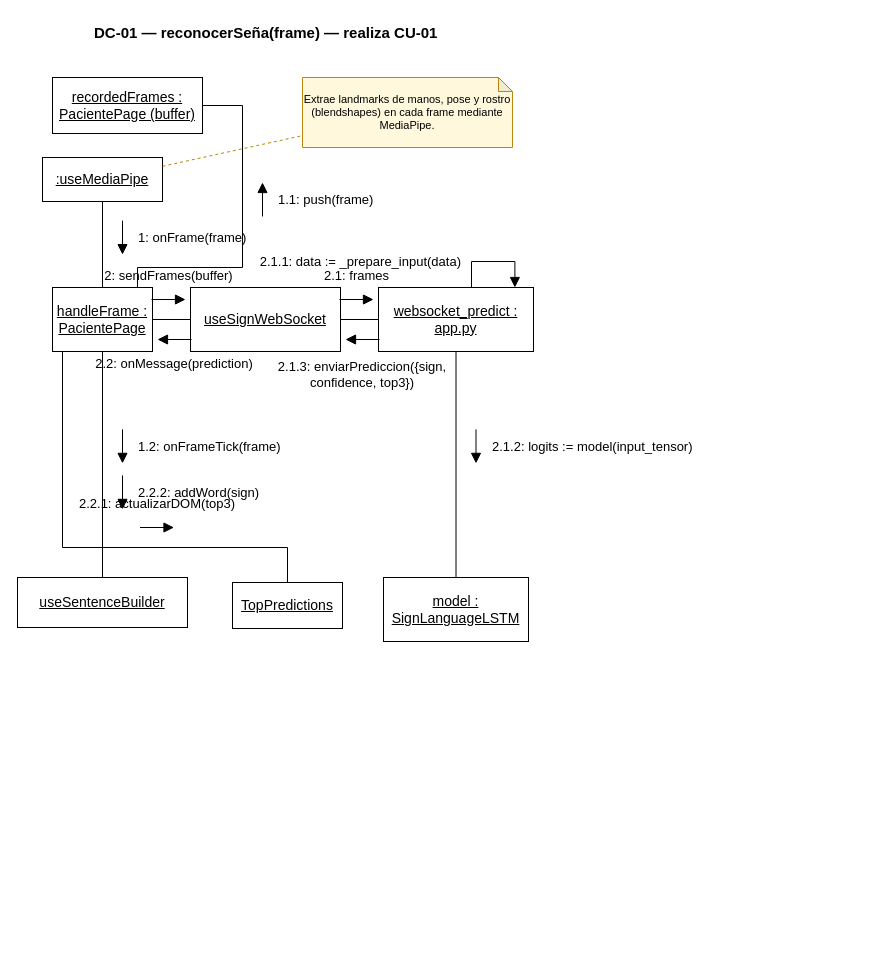
santinohamada/Nexora keeps this draw.io diagram as docs/diagramas/colaboracion/08_colaboracion_dc01.drawio. Above is the earlier version. Source tidied: cells renumbered, new cells numbered last; positions are measured from the earlier drawing's top-left corner, leaving out a move shared by most shapes. Both pictures are drawn from the tidied source at 100%, with x=0, y=0 at pixel (17, 17).
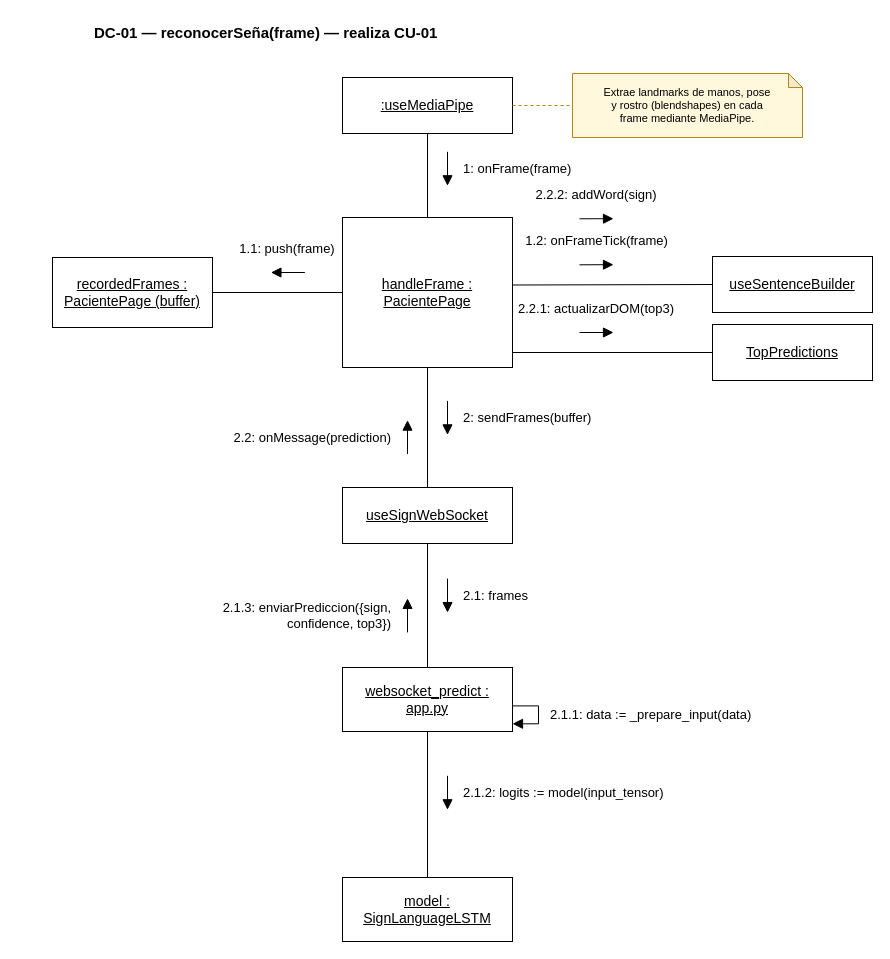
Above is the later version.

Diff of the diagram source:
```diff
@@
-    <mxCell id="3" value="&lt;u&gt;recordedFrames : PacientePage (buffer)&lt;/u&gt;" style="rounded=0;whiteSpace=wrap;html=1;fillColor=#ffffff;strokeColor=#000000;fontFamily=Helvetica;fontSize=14;align=center;verticalAlign=middle;" parent="1" vertex="1">
-      <mxGeometry x="35" y="60" width="150" height="56" as="geometry" />
+    <mxCell id="3" value="&lt;u&gt;:useMediaPipe&lt;/u&gt;" style="rounded=0;whiteSpace=wrap;html=1;fillColor=#ffffff;strokeColor=#000000;fontFamily=Helvetica;fontSize=14;align=center;verticalAlign=middle;" parent="1" vertex="1">
+      <mxGeometry x="325" y="60" width="170" height="56" as="geometry" />
     </mxCell>
-    <mxCell id="4" value="&lt;u&gt;:useMediaPipe&lt;/u&gt;" style="rounded=0;whiteSpace=wrap;html=1;fillColor=#ffffff;strokeColor=#000000;fontFamily=Helvetica;fontSize=14;align=center;verticalAlign=middle;" parent="1" vertex="1">
-      <mxGeometry x="25" y="140" width="120" height="44" as="geometry" />
+    <mxCell id="4" value="&lt;u&gt;recordedFrames : PacientePage (buffer)&lt;/u&gt;" style="rounded=0;whiteSpace=wrap;html=1;fillColor=#ffffff;strokeColor=#000000;fontFamily=Helvetica;fontSize=14;align=center;verticalAlign=middle;" parent="1" vertex="1">
+      <mxGeometry x="35" y="240" width="160" height="70" as="geometry" />
     </mxCell>
     <mxCell id="5" value="&lt;u&gt;handleFrame : PacientePage&lt;/u&gt;" style="rounded=0;whiteSpace=wrap;html=1;fillColor=#ffffff;strokeColor=#000000;fontFamily=Helvetica;fontSize=14;align=center;verticalAlign=middle;" parent="1" vertex="1">
-      <mxGeometry x="35" y="270" width="100" height="64" as="geometry" />
+      <mxGeometry x="325" y="200" width="170" height="150" as="geometry" />
     </mxCell>
-    <mxCell id="6" value="&lt;u&gt;useSignWebSocket&lt;/u&gt;" style="rounded=0;whiteSpace=wrap;html=1;fillColor=#ffffff;strokeColor=#000000;fontFamily=Helvetica;fontSize=14;align=center;verticalAlign=middle;" parent="1" vertex="1">
-      <mxGeometry x="173" y="270" width="150" height="64" as="geometry" />
+    <mxCell id="6" value="&lt;u&gt;useSentenceBuilder&lt;/u&gt;" style="rounded=0;whiteSpace=wrap;html=1;fillColor=#ffffff;strokeColor=#000000;fontFamily=Helvetica;fontSize=14;align=center;verticalAlign=middle;" parent="1" vertex="1">
+      <mxGeometry x="695" y="239" width="160" height="56" as="geometry" />
     </mxCell>
-    <mxCell id="7" value="&lt;u&gt;websocket_predict : app.py&lt;/u&gt;" style="rounded=0;whiteSpace=wrap;html=1;fillColor=#ffffff;strokeColor=#000000;fontFamily=Helvetica;fontSize=14;align=center;verticalAlign=middle;" parent="1" vertex="1">
-      <mxGeometry x="361" y="270" width="155" height="64" as="geometry" />
+    <mxCell id="7" value="&lt;u&gt;TopPredictions&lt;/u&gt;" style="rounded=0;whiteSpace=wrap;html=1;fillColor=#ffffff;strokeColor=#000000;fontFamily=Helvetica;fontSize=14;align=center;verticalAlign=middle;" parent="1" vertex="1">
+      <mxGeometry x="695" y="307" width="160" height="56" as="geometry" />
     </mxCell>
-    <mxCell id="8" value="&lt;u&gt;useSentenceBuilder&lt;/u&gt;" style="rounded=0;whiteSpace=wrap;html=1;fillColor=#ffffff;strokeColor=#000000;fontFamily=Helvetica;fontSize=14;align=center;verticalAlign=middle;" parent="1" vertex="1">
-      <mxGeometry y="560" width="170" height="50" as="geometry" />
+    <mxCell id="8" value="&lt;u&gt;useSignWebSocket&lt;/u&gt;" style="rounded=0;whiteSpace=wrap;html=1;fillColor=#ffffff;strokeColor=#000000;fontFamily=Helvetica;fontSize=14;align=center;verticalAlign=middle;" parent="1" vertex="1">
+      <mxGeometry x="325" y="470" width="170" height="56" as="geometry" />
     </mxCell>
-    <mxCell id="9" value="&lt;u&gt;TopPredictions&lt;/u&gt;" style="rounded=0;whiteSpace=wrap;html=1;fillColor=#ffffff;strokeColor=#000000;fontFamily=Helvetica;fontSize=14;align=center;verticalAlign=middle;" parent="1" vertex="1">
-      <mxGeometry x="215" y="565" width="110" height="46" as="geometry" />
+    <mxCell id="9" value="&lt;u&gt;websocket_predict : app.py&lt;/u&gt;" style="rounded=0;whiteSpace=wrap;html=1;fillColor=#ffffff;strokeColor=#000000;fontFamily=Helvetica;fontSize=14;align=center;verticalAlign=middle;" parent="1" vertex="1">
+      <mxGeometry x="325" y="650" width="170" height="64" as="geometry" />
     </mxCell>
     <mxCell id="10" value="&lt;u&gt;model : SignLanguageLSTM&lt;/u&gt;" style="rounded=0;whiteSpace=wrap;html=1;fillColor=#ffffff;strokeColor=#000000;fontFamily=Helvetica;fontSize=14;align=center;verticalAlign=middle;" parent="1" vertex="1">
-      <mxGeometry x="366" y="560" width="145" height="64" as="geometry" />
+      <mxGeometry x="325" y="860" width="170" height="64" as="geometry" />
     </mxCell>
     <mxCell id="11" style="endArrow=none;startArrow=none;html=1;strokeColor=#000000;strokeWidth=1;rounded=0;" parent="1" edge="1">
       <mxGeometry relative="1" as="geometry">
-        <mxPoint x="85" y="184" as="sourcePoint" />
-        <mxPoint x="85" y="270" as="targetPoint" />
+        <mxPoint x="410" y="116" as="sourcePoint" />
+        <mxPoint x="410" y="200" as="targetPoint" />
       </mxGeometry>
     </mxCell>
     <mxCell id="12" style="endArrow=block;startArrow=none;endFill=1;endSize=8;html=1;strokeColor=#000000;strokeWidth=1;rounded=0;" parent="1" edge="1">
       <mxGeometry relative="1" as="geometry">
-        <mxPoint x="105" y="203.1" as="sourcePoint" />
-        <mxPoint x="105" y="237.1" as="targetPoint" />
+        <mxPoint x="430" y="134.3" as="sourcePoint" />
+        <mxPoint x="430" y="168.3" as="targetPoint" />
       </mxGeometry>
     </mxCell>
     <mxCell id="13" value="1: onFrame(frame)" style="text;html=1;align=left;verticalAlign=middle;fontFamily=Helvetica;fontSize=13;whiteSpace=wrap;" parent="1" vertex="1">
-      <mxGeometry x="119" y="210.1" width="133" height="20" as="geometry" />
+      <mxGeometry x="444" y="141.3" width="133" height="20" as="geometry" />
     </mxCell>
     <mxCell id="14" style="endArrow=none;startArrow=none;html=1;strokeColor=#000000;strokeWidth=1;rounded=0;" parent="1" edge="1">
       <mxGeometry relative="1" as="geometry">
-        <mxPoint x="120" y="270" as="sourcePoint" />
-        <mxPoint x="185" y="88" as="targetPoint" />
-        <Array as="points">
-          <mxPoint x="120" y="250" />
-          <mxPoint x="225" y="250" />
-          <mxPoint x="225" y="88" />
-        </Array>
+        <mxPoint x="325" y="275" as="sourcePoint" />
+        <mxPoint x="195" y="275" as="targetPoint" />
       </mxGeometry>
     </mxCell>
     <mxCell id="15" style="endArrow=block;startArrow=none;endFill=1;endSize=8;html=1;strokeColor=#000000;strokeWidth=1;rounded=0;" parent="1" edge="1">
       <mxGeometry relative="1" as="geometry">
-        <mxPoint x="245" y="199" as="sourcePoint" />
-        <mxPoint x="245" y="165" as="targetPoint" />
+        <mxPoint x="287.4" y="255" as="sourcePoint" />
+        <mxPoint x="253.4" y="255" as="targetPoint" />
       </mxGeometry>
     </mxCell>
-    <mxCell id="16" value="1.1: push(frame)" style="text;html=1;align=left;verticalAlign=middle;fontFamily=Helvetica;fontSize=13;whiteSpace=wrap;" parent="1" vertex="1">
-      <mxGeometry x="259" y="172" width="126" height="20" as="geometry" />
+    <mxCell id="16" value="1.1: push(frame)" style="text;html=1;align=center;verticalAlign=middle;fontFamily=Helvetica;fontSize=13;whiteSpace=wrap;" parent="1" vertex="1">
+      <mxGeometry x="207.4" y="221" width="126" height="20" as="geometry" />
     </mxCell>
     <mxCell id="17" style="endArrow=none;startArrow=none;html=1;strokeColor=#000000;strokeWidth=1;rounded=0;" parent="1" edge="1">
       <mxGeometry relative="1" as="geometry">
-        <mxPoint x="85" y="334" as="sourcePoint" />
-        <mxPoint x="85" y="560" as="targetPoint" />
+        <mxPoint x="495" y="267.5" as="sourcePoint" />
+        <mxPoint x="695" y="267" as="targetPoint" />
       </mxGeometry>
     </mxCell>
     <mxCell id="18" style="endArrow=block;startArrow=none;endFill=1;endSize=8;html=1;strokeColor=#000000;strokeWidth=1;rounded=0;" parent="1" edge="1">
       <mxGeometry relative="1" as="geometry">
-        <mxPoint x="105" y="411.9" as="sourcePoint" />
-        <mxPoint x="105" y="445.9" as="targetPoint" />
+        <mxPoint x="562" y="247.3" as="sourcePoint" />
+        <mxPoint x="596" y="247.2" as="targetPoint" />
       </mxGeometry>
     </mxCell>
-    <mxCell id="19" value="1.2: onFrameTick(frame)" style="text;html=1;align=left;verticalAlign=middle;fontFamily=Helvetica;fontSize=13;whiteSpace=wrap;" parent="1" vertex="1">
-      <mxGeometry x="119" y="418.9" width="175" height="20" as="geometry" />
+    <mxCell id="19" value="1.2: onFrameTick(frame)" style="text;html=1;align=center;verticalAlign=middle;fontFamily=Helvetica;fontSize=13;whiteSpace=wrap;" parent="1" vertex="1">
+      <mxGeometry x="491.5" y="213.3" width="175" height="20" as="geometry" />
     </mxCell>
     <mxCell id="20" style="endArrow=block;startArrow=none;endFill=1;endSize=8;html=1;strokeColor=#000000;strokeWidth=1;rounded=0;" parent="1" edge="1">
       <mxGeometry relative="1" as="geometry">
-        <mxPoint x="105" y="457.9" as="sourcePoint" />
-        <mxPoint x="105" y="491.9" as="targetPoint" />
+        <mxPoint x="562" y="201.3" as="sourcePoint" />
+        <mxPoint x="596" y="201.2" as="targetPoint" />
       </mxGeometry>
     </mxCell>
-    <mxCell id="21" value="2.2.2: addWord(sign)" style="text;html=1;align=left;verticalAlign=middle;fontFamily=Helvetica;fontSize=13;whiteSpace=wrap;" parent="1" vertex="1">
-      <mxGeometry x="119" y="464.9" width="154" height="20" as="geometry" />
+    <mxCell id="21" value="2.2.2: addWord(sign)" style="text;html=1;align=center;verticalAlign=middle;fontFamily=Helvetica;fontSize=13;whiteSpace=wrap;" parent="1" vertex="1">
+      <mxGeometry x="502" y="167.3" width="154" height="20" as="geometry" />
     </mxCell>
     <mxCell id="22" style="endArrow=none;startArrow=none;html=1;strokeColor=#000000;strokeWidth=1;rounded=0;" parent="1" edge="1">
       <mxGeometry relative="1" as="geometry">
-        <mxPoint x="135" y="302" as="sourcePoint" />
-        <mxPoint x="173" y="302" as="targetPoint" />
+        <mxPoint x="495" y="335" as="sourcePoint" />
+        <mxPoint x="695" y="335" as="targetPoint" />
       </mxGeometry>
     </mxCell>
     <mxCell id="23" style="endArrow=block;startArrow=none;endFill=1;endSize=8;html=1;strokeColor=#000000;strokeWidth=1;rounded=0;" parent="1" edge="1">
       <mxGeometry relative="1" as="geometry">
-        <mxPoint x="134" y="282" as="sourcePoint" />
-        <mxPoint x="168" y="282" as="targetPoint" />
+        <mxPoint x="562" y="315" as="sourcePoint" />
+        <mxPoint x="596" y="315" as="targetPoint" />
       </mxGeometry>
     </mxCell>
-    <mxCell id="24" value="2: sendFrames(buffer)" style="text;html=1;align=center;verticalAlign=middle;fontFamily=Helvetica;fontSize=13;whiteSpace=wrap;" parent="1" vertex="1">
-      <mxGeometry x="70.5" y="248" width="161" height="20" as="geometry" />
+    <mxCell id="24" value="2.2.1: actualizarDOM(top3)" style="text;html=1;align=center;verticalAlign=middle;fontFamily=Helvetica;fontSize=13;whiteSpace=wrap;" parent="1" vertex="1">
+      <mxGeometry x="484" y="281" width="190" height="20" as="geometry" />
     </mxCell>
-    <mxCell id="25" style="endArrow=block;startArrow=none;endFill=1;endSize=8;html=1;strokeColor=#000000;strokeWidth=1;rounded=0;" parent="1" edge="1">
+    <mxCell id="25" style="endArrow=none;startArrow=none;html=1;strokeColor=#000000;strokeWidth=1;rounded=0;" parent="1" edge="1">
       <mxGeometry relative="1" as="geometry">
-        <mxPoint x="174" y="322" as="sourcePoint" />
-        <mxPoint x="140" y="322" as="targetPoint" />
+        <mxPoint x="410" y="350" as="sourcePoint" />
+        <mxPoint x="410" y="470" as="targetPoint" />
       </mxGeometry>
     </mxCell>
-    <mxCell id="26" value="2.2: onMessage(prediction)" style="text;html=1;align=center;verticalAlign=middle;fontFamily=Helvetica;fontSize=13;whiteSpace=wrap;" parent="1" vertex="1">
-      <mxGeometry x="62" y="336" width="190" height="20" as="geometry" />
+    <mxCell id="26" style="endArrow=block;startArrow=none;endFill=1;endSize=8;html=1;strokeColor=#000000;strokeWidth=1;rounded=0;" parent="1" edge="1">
+      <mxGeometry relative="1" as="geometry">
+        <mxPoint x="430" y="383.4" as="sourcePoint" />
+        <mxPoint x="430" y="417.4" as="targetPoint" />
+      </mxGeometry>
     </mxCell>
-    <mxCell id="27" style="endArrow=none;startArrow=none;html=1;strokeColor=#000000;strokeWidth=1;rounded=0;" parent="1" edge="1">
-      <mxGeometry relative="1" as="geometry">
-        <mxPoint x="323" y="302" as="sourcePoint" />
-        <mxPoint x="361" y="302" as="targetPoint" />
-      </mxGeometry>
+    <mxCell id="27" value="2: sendFrames(buffer)" style="text;html=1;align=left;verticalAlign=middle;fontFamily=Helvetica;fontSize=13;whiteSpace=wrap;" parent="1" vertex="1">
+      <mxGeometry x="444" y="390.4" width="161" height="20" as="geometry" />
     </mxCell>
     <mxCell id="28" style="endArrow=block;startArrow=none;endFill=1;endSize=8;html=1;strokeColor=#000000;strokeWidth=1;rounded=0;" parent="1" edge="1">
       <mxGeometry relative="1" as="geometry">
-        <mxPoint x="322" y="282" as="sourcePoint" />
-        <mxPoint x="356" y="282" as="targetPoint" />
+        <mxPoint x="390" y="436.6" as="sourcePoint" />
+        <mxPoint x="390" y="402.6" as="targetPoint" />
       </mxGeometry>
     </mxCell>
-    <mxCell id="29" value="2.1: frames" style="text;html=1;align=center;verticalAlign=middle;fontFamily=Helvetica;fontSize=13;whiteSpace=wrap;" parent="1" vertex="1">
-      <mxGeometry x="293.5" y="248" width="91" height="20" as="geometry" />
+    <mxCell id="29" value="2.2: onMessage(prediction)" style="text;html=1;align=right;verticalAlign=middle;fontFamily=Helvetica;fontSize=13;whiteSpace=wrap;" parent="1" vertex="1">
+      <mxGeometry x="186" y="409.6" width="190" height="20" as="geometry" />
     </mxCell>
-    <mxCell id="30" style="endArrow=block;startArrow=none;endFill=1;endSize=8;html=1;strokeColor=#000000;strokeWidth=1;rounded=0;" parent="1" edge="1">
+    <mxCell id="30" style="endArrow=none;startArrow=none;html=1;strokeColor=#000000;strokeWidth=1;rounded=0;" parent="1" edge="1">
       <mxGeometry relative="1" as="geometry">
-        <mxPoint x="362" y="322" as="sourcePoint" />
-        <mxPoint x="328" y="322" as="targetPoint" />
+        <mxPoint x="410" y="526" as="sourcePoint" />
+        <mxPoint x="410" y="650" as="targetPoint" />
       </mxGeometry>
     </mxCell>
-    <mxCell id="31" value="2.1.3: enviarPrediccion({sign, confidence, top3})" style="text;html=1;align=center;verticalAlign=middle;fontFamily=Helvetica;fontSize=13;whiteSpace=wrap;" parent="1" vertex="1">
-      <mxGeometry x="235" y="336" width="220" height="42" as="geometry" />
+    <mxCell id="31" style="endArrow=block;startArrow=none;endFill=1;endSize=8;html=1;strokeColor=#000000;strokeWidth=1;rounded=0;" parent="1" edge="1">
+      <mxGeometry relative="1" as="geometry">
+        <mxPoint x="430" y="561.1" as="sourcePoint" />
+        <mxPoint x="430" y="595.1" as="targetPoint" />
+      </mxGeometry>
     </mxCell>
-    <mxCell id="32" style="endArrow=block;startArrow=none;endFill=1;endSize=8;html=1;strokeColor=#000000;strokeWidth=1;rounded=0;" parent="1" edge="1">
-      <mxGeometry relative="1" as="geometry">
-        <mxPoint x="454" y="270" as="sourcePoint" />
-        <mxPoint x="497.4" y="270" as="targetPoint" />
-        <Array as="points">
-          <mxPoint x="454" y="244" />
-          <mxPoint x="497.4" y="244" />
-        </Array>
-      </mxGeometry>
+    <mxCell id="32" value="2.1: frames" style="text;html=1;align=left;verticalAlign=middle;fontFamily=Helvetica;fontSize=13;whiteSpace=wrap;" parent="1" vertex="1">
+      <mxGeometry x="444" y="568.1" width="91" height="20" as="geometry" />
     </mxCell>
-    <mxCell id="33" value="2.1.1: data := _prepare_input(data)" style="text;html=1;align=right;verticalAlign=middle;fontFamily=Helvetica;fontSize=13;whiteSpace=wrap;" parent="1" vertex="1">
-      <mxGeometry x="216" y="223" width="230" height="42" as="geometry" />
+    <mxCell id="33" style="endArrow=block;startArrow=none;endFill=1;endSize=8;html=1;strokeColor=#000000;strokeWidth=1;rounded=0;" parent="1" edge="1">
+      <mxGeometry relative="1" as="geometry">
+        <mxPoint x="390" y="614.9" as="sourcePoint" />
+        <mxPoint x="390" y="580.9" as="targetPoint" />
+      </mxGeometry>
     </mxCell>
-    <mxCell id="34" style="endArrow=none;startArrow=none;html=1;strokeColor=#000000;strokeWidth=1;rounded=0;" parent="1" edge="1">
-      <mxGeometry relative="1" as="geometry">
-        <mxPoint x="438.5" y="334" as="sourcePoint" />
-        <mxPoint x="438.5" y="560" as="targetPoint" />
-      </mxGeometry>
+    <mxCell id="34" value="2.1.3: enviarPrediccion({sign, confidence, top3})" style="text;html=1;align=right;verticalAlign=middle;fontFamily=Helvetica;fontSize=13;whiteSpace=wrap;" parent="1" vertex="1">
+      <mxGeometry x="156" y="576.9" width="220" height="42" as="geometry" />
     </mxCell>
     <mxCell id="35" style="endArrow=block;startArrow=none;endFill=1;endSize=8;html=1;strokeColor=#000000;strokeWidth=1;rounded=0;" parent="1" edge="1">
       <mxGeometry relative="1" as="geometry">
-        <mxPoint x="458.5" y="411.9" as="sourcePoint" />
-        <mxPoint x="458.5" y="445.9" as="targetPoint" />
+        <mxPoint x="495" y="688.4" as="sourcePoint" />
+        <mxPoint x="495" y="706.3" as="targetPoint" />
+        <Array as="points">
+          <mxPoint x="521" y="688.4" />
+          <mxPoint x="521" y="706.3" />
+        </Array>
       </mxGeometry>
     </mxCell>
-    <mxCell id="36" value="2.1.2: logits := model(input_tensor)" style="text;html=1;align=left;verticalAlign=middle;fontFamily=Helvetica;fontSize=13;whiteSpace=wrap;" parent="1" vertex="1">
-      <mxGeometry x="472.5" y="407.9" width="220" height="42" as="geometry" />
+    <mxCell id="36" value="2.1.1: data := _prepare_input(data)" style="text;html=1;align=left;verticalAlign=middle;fontFamily=Helvetica;fontSize=13;whiteSpace=wrap;" parent="1" vertex="1">
+      <mxGeometry x="531" y="676.4" width="230" height="42" as="geometry" />
     </mxCell>
     <mxCell id="37" style="endArrow=none;startArrow=none;html=1;strokeColor=#000000;strokeWidth=1;rounded=0;" parent="1" edge="1">
       <mxGeometry relative="1" as="geometry">
-        <mxPoint x="45" y="334" as="sourcePoint" />
-        <mxPoint x="270" y="565" as="targetPoint" />
-        <Array as="points">
-          <mxPoint x="45" y="530" />
-          <mxPoint x="270" y="530" />
-        </Array>
+        <mxPoint x="410" y="714" as="sourcePoint" />
+        <mxPoint x="410" y="860" as="targetPoint" />
       </mxGeometry>
     </mxCell>
     <mxCell id="38" style="endArrow=block;startArrow=none;endFill=1;endSize=8;html=1;strokeColor=#000000;strokeWidth=1;rounded=0;" parent="1" edge="1">
       <mxGeometry relative="1" as="geometry">
-        <mxPoint x="122.5" y="510" as="sourcePoint" />
-        <mxPoint x="156.5" y="510" as="targetPoint" />
+        <mxPoint x="430" y="758.3" as="sourcePoint" />
+        <mxPoint x="430" y="792.3" as="targetPoint" />
       </mxGeometry>
     </mxCell>
-    <mxCell id="39" value="2.2.1: actualizarDOM(top3)" style="text;html=1;align=center;verticalAlign=middle;fontFamily=Helvetica;fontSize=13;whiteSpace=wrap;" parent="1" vertex="1">
-      <mxGeometry x="44.5" y="476" width="190" height="20" as="geometry" />
+    <mxCell id="39" value="2.1.2: logits := model(input_tensor)" style="text;html=1;align=left;verticalAlign=middle;fontFamily=Helvetica;fontSize=13;whiteSpace=wrap;" parent="1" vertex="1">
+      <mxGeometry x="444" y="754.3" width="220" height="42" as="geometry" />
     </mxCell>
-    <mxCell id="40" value="Extrae landmarks de manos, pose y rostro (blendshapes) en cada frame mediante MediaPipe." style="shape=note;whiteSpace=wrap;html=1;backgroundOutline=1;darkOpacity=0.05;align=center;verticalAlign=middle;fontFamily=Helvetica;fontSize=11;fillColor=#FFF8DC;strokeColor=#B8860B;size=14;" parent="1" vertex="1">
-      <mxGeometry x="285" y="60" width="210" height="70" as="geometry" />
+    <mxCell id="40" value="Extrae landmarks de manos, pose&lt;br&gt;y rostro (blendshapes) en cada&lt;br&gt;frame mediante MediaPipe." style="shape=note;whiteSpace=wrap;html=1;backgroundOutline=1;darkOpacity=0.05;align=center;verticalAlign=middle;fontFamily=Helvetica;fontSize=11;fillColor=#FFF8DC;strokeColor=#B8860B;size=14;" parent="1" vertex="1">
+      <mxGeometry x="555" y="56" width="230" height="64" as="geometry" />
     </mxCell>
     <mxCell id="41" style="endArrow=none;startArrow=none;dashed=1;html=1;strokeColor=#B8860B;" parent="1" edge="1">
       <mxGeometry relative="1" as="geometry">
-        <mxPoint x="145" y="148.8" as="sourcePoint" />
-        <mxPoint x="285" y="118.1" as="targetPoint" />
+        <mxPoint x="495" y="88" as="sourcePoint" />
+        <mxPoint x="555" y="88" as="targetPoint" />
       </mxGeometry>
     </mxCell>
```
